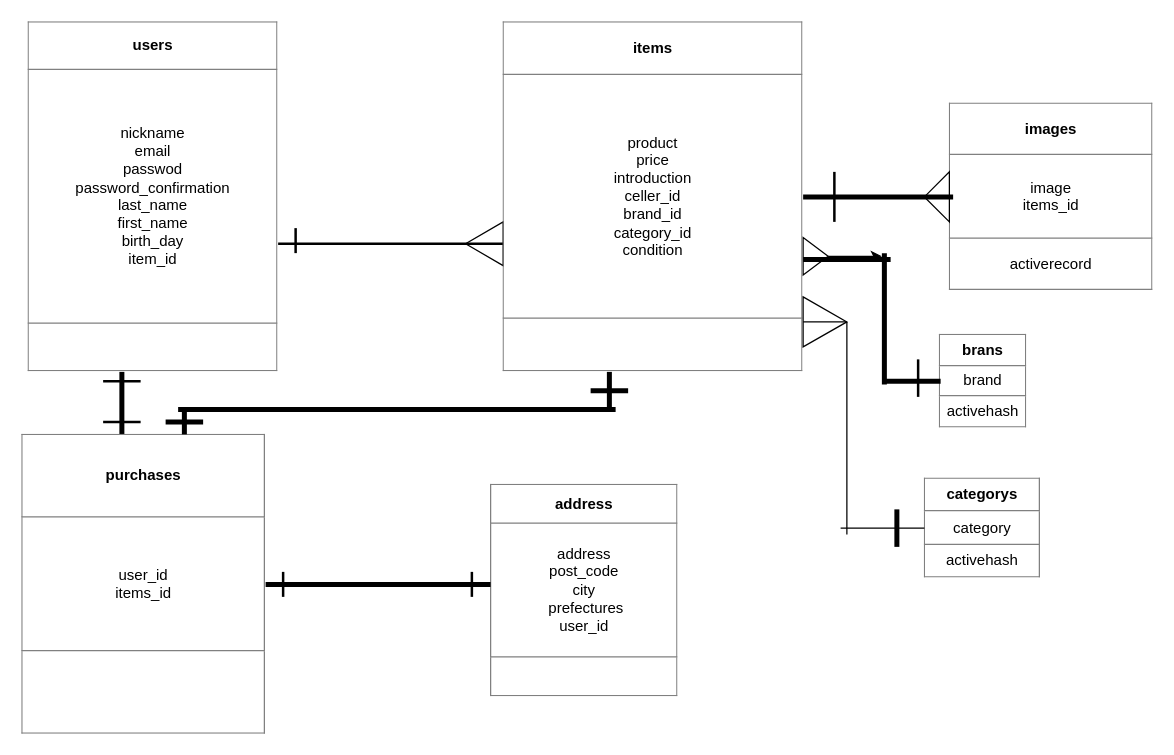
Before: frima_er.dio in psycoprogram0832/furima-37824, a draw.io diagram. Source tidied: cells renumbered, new cells numbered last; positions are measured from the earlier drawing's top-left corner, leaving out a move shared by most shapes. Both pictures are drawn from the tidied source at 125%, with x=0, y=0 at pixel (21, 21).
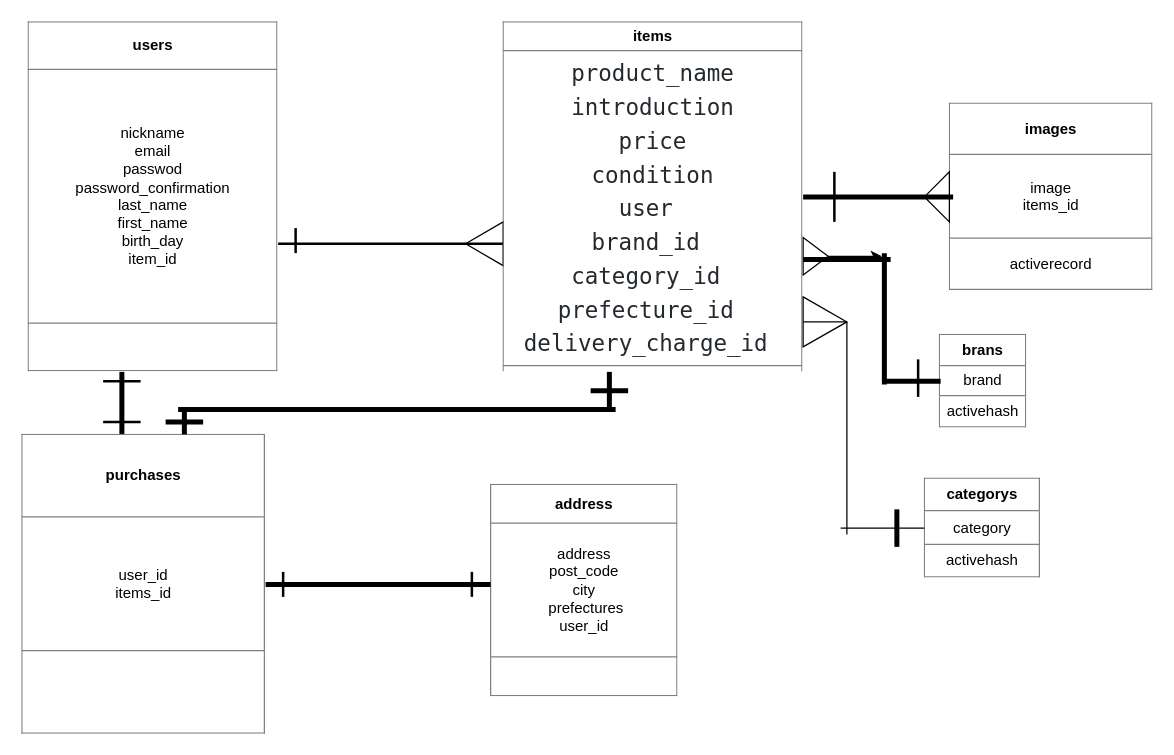
Above is the later version.

Change to the diagram source:
```diff
@@
-    <mxCell id="9" value="&lt;table border=&quot;1&quot; width=&quot;100%&quot; cellpadding=&quot;4&quot; style=&quot;width: 100% ; height: 100% ; border-collapse: collapse&quot;&gt;&lt;tbody&gt;&lt;tr&gt;&lt;th align=&quot;center&quot;&gt;items&lt;/th&gt;&lt;/tr&gt;&lt;tr&gt;&lt;td align=&quot;center&quot;&gt;product&lt;br&gt;price&lt;br&gt;introduction&lt;br&gt;celler_id&lt;br&gt;brand_id&lt;br&gt;category_id&lt;br&gt;condition&lt;br&gt;&lt;/td&gt;&lt;/tr&gt;&lt;tr&gt;&lt;td align=&quot;center&quot;&gt;&lt;br&gt;&lt;/td&gt;&lt;/tr&gt;&lt;/tbody&gt;&lt;/table&gt;" style="text;html=1;strokeColor=none;fillColor=none;overflow=fill;" parent="1" vertex="1">
+    <mxCell id="9" value="&lt;table border=&quot;1&quot; width=&quot;100%&quot; cellpadding=&quot;4&quot; style=&quot;width: 100% ; height: 100% ; border-collapse: collapse&quot;&gt;&lt;tbody&gt;&lt;tr&gt;&lt;th align=&quot;center&quot;&gt;items&lt;/th&gt;&lt;/tr&gt;&lt;tr&gt;&lt;td align=&quot;center&quot;&gt;&lt;div style=&quot;color: rgb(36 , 41 , 46) ; background-color: rgb(255 , 255 , 255) ; font-family: &amp;#34;ricty diminished&amp;#34; , &amp;#34;menlo&amp;#34; , &amp;#34;monaco&amp;#34; , &amp;#34;courier new&amp;#34; , monospace ; font-size: 18px ; line-height: 27px&quot;&gt;&lt;div&gt; product_name&lt;/div&gt;&lt;div&gt;&amp;nbsp;introduction&amp;nbsp;&lt;/div&gt;&lt;div&gt;&amp;nbsp;price&amp;nbsp;&lt;/div&gt;&lt;div&gt;condition&lt;/div&gt;&lt;div&gt;user&amp;nbsp;&lt;/div&gt;&lt;div&gt;brand_id&amp;nbsp;&lt;/div&gt;&lt;div&gt;category_id&amp;nbsp;&lt;/div&gt;&lt;div&gt;prefecture_id&amp;nbsp;&lt;/div&gt;&lt;div&gt;&lt;span style=&quot;text-align: left&quot;&gt;delivery_charge_id&amp;nbsp;&lt;/span&gt;&lt;/div&gt;&lt;/div&gt;&lt;/td&gt;&lt;/tr&gt;&lt;tr&gt;&lt;td align=&quot;center&quot;&gt;&lt;br&gt;&lt;/td&gt;&lt;/tr&gt;&lt;/tbody&gt;&lt;/table&gt;" style="text;html=1;strokeColor=none;fillColor=none;overflow=fill;" parent="1" vertex="1">
       <mxGeometry x="385" width="240" height="280" as="geometry" />
     </mxCell>
```
